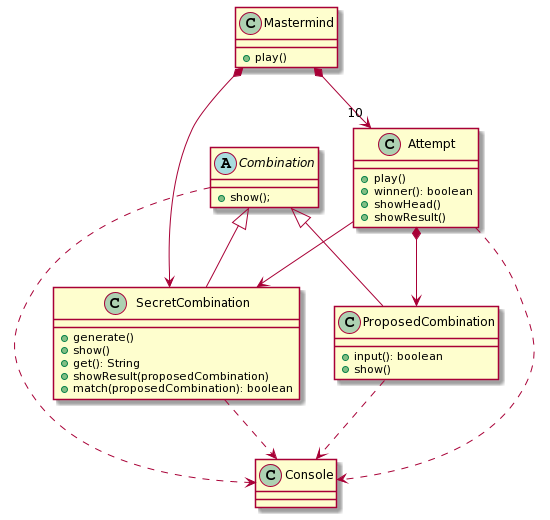
Earlier version of the PlantUML export mastermind-vista-publica.png (Master-Desarrollo-20-21/ejercicio-1-relaciones-entre-clases-arpafer). Its diagram source:
```plantuml
@startuml
class Mastermind {
   + play()

}

Mastermind *--> "10" Attempt

Mastermind *--> SecretCombination

abstract class Combination {

  + show();
}
class SecretCombination {
   + generate()
   + show()
   + get(): String
   + showResult(proposedCombination)
   + match(proposedCombination): boolean
}
SecretCombination ..> Console
Combination ..> Console

class ProposedCombination {
   + input(): boolean
   + show()
}

ProposedCombination ..> Console

Combination <|-- SecretCombination
Combination <|-- ProposedCombination

class Attempt {
   + play()
   + winner(): boolean
   + showHead()
   + showResult()
}

Attempt *--> ProposedCombination
Attempt ..> Console
Attempt --> SecretCombination

class Console {
}
@enduml
```
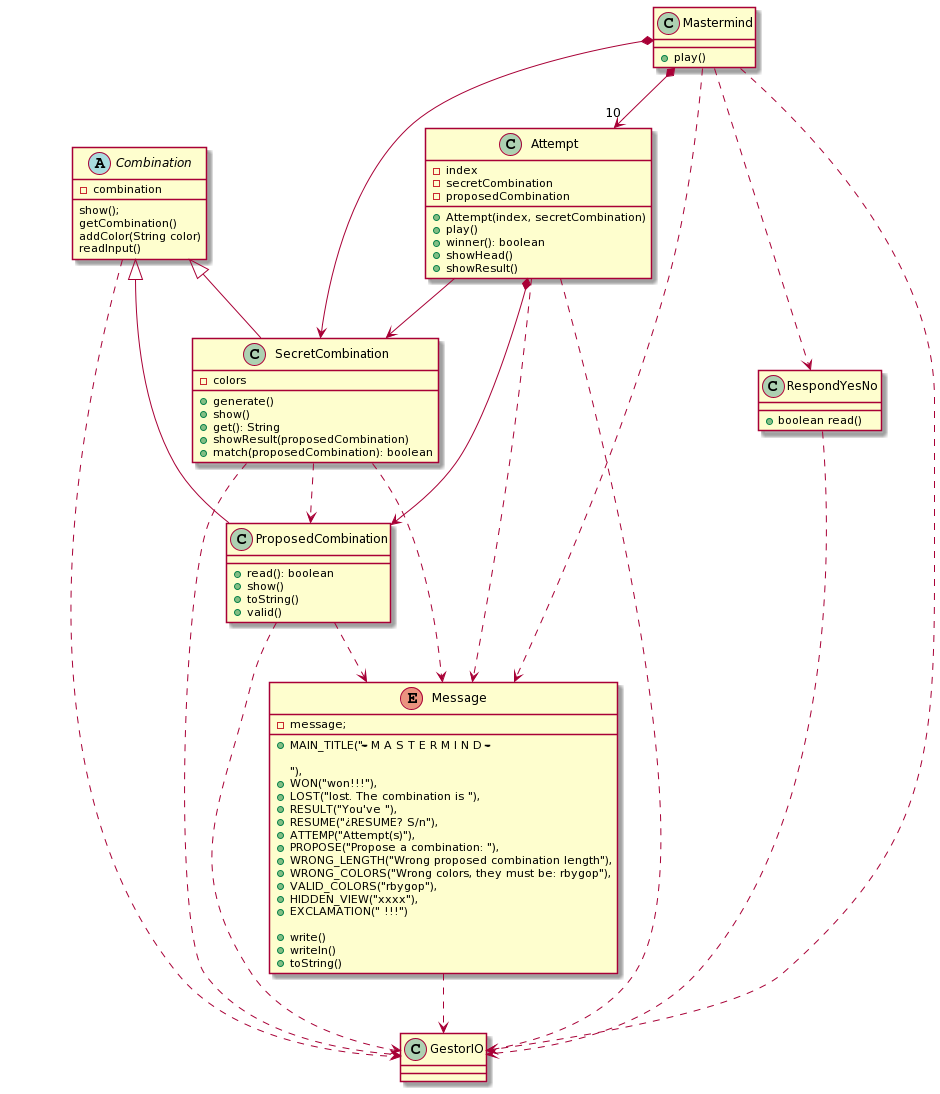
After the commit.

Commit message:
Segundo commit. Se mejora el mastermind. Se añade clase RespondYesNo, y enumerado Message.

The edit, as a diff of the source:
```diff
@@ -7,32 +7,53 @@
 Mastermind *--> "10" Attempt
 
 Mastermind *--> SecretCombination
+Mastermind ..> Message
+Mastermind ..> GestorIO
+Mastermind ..> RespondYesNo
+
+RespondYesNo ..> GestorIO
+class RespondYesNo {
+   +boolean read()
+}
 
 abstract class Combination {
-
-  + show();
+   -combination
+   show();
+   getCombination()
+   addColor(String color)
+   readInput()
 }
 class SecretCombination {
+   -colors
    + generate()
    + show()
    + get(): String
    + showResult(proposedCombination)
    + match(proposedCombination): boolean
 }
-SecretCombination ..> Console
-Combination ..> Console
+SecretCombination ..> GestorIO
+SecretCombination ..> Message
+Combination ..> GestorIO
 
 class ProposedCombination {
-   + input(): boolean
+   + read(): boolean
    + show()
+   + toString()
+   + valid()
 }
 
-ProposedCombination ..> Console
+ProposedCombination ..> GestorIO
+ProposedCombination ..> Message
+SecretCombination ..> ProposedCombination
 
 Combination <|-- SecretCombination
 Combination <|-- ProposedCombination
 
 class Attempt {
+   -index
+   -secretCombination
+   -proposedCombination
+   + Attempt(index, secretCombination)
    + play()
    + winner(): boolean
    + showHead()
@@ -40,9 +61,29 @@
 }
 
 Attempt *--> ProposedCombination
-Attempt ..> Console
+Attempt ..> GestorIO
 Attempt --> SecretCombination
+Attempt ..> Message
 
-class Console {
+enum Message {
+   - message;
+   +MAIN_TITLE("----- M A S T E R M I N D -----\n\n"),
+   +WON("won!!!"),
+   +LOST("lost. The combination is "),
+   +RESULT("You've "),
+   +RESUME("¿RESUME? S/n"),
+   +ATTEMP("Attempt(s)"),
+   +PROPOSE("Propose a combination: "),
+   +WRONG_LENGTH("Wrong proposed combination length"),
+   +WRONG_COLORS("Wrong colors, they must be: rbygop"),
+   +VALID_COLORS("rbygop"),
+   +HIDDEN_VIEW("xxxx"),
+   +EXCLAMATION(" !!!")
+
+   +write()
+   +writeln()
+   +toString()
 }
+
+Message ..> GestorIO
 @enduml
```
